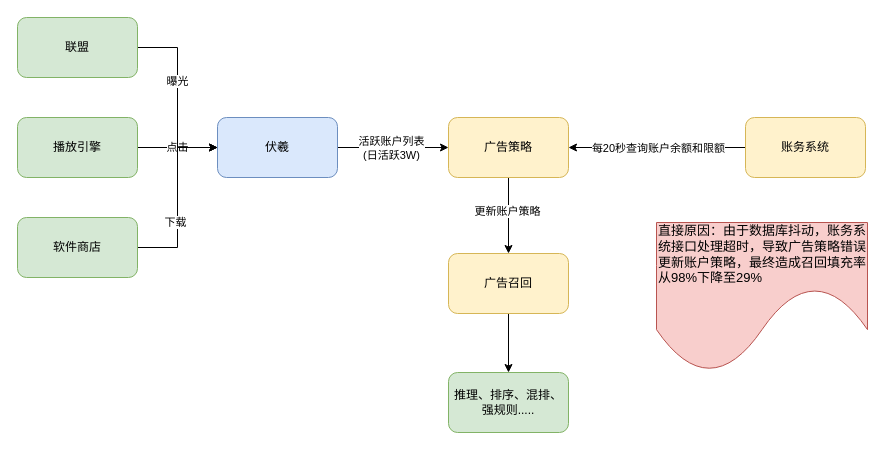
This is 账务系统.drawio from qiangyin/zipkin-server, a draw.io file, before an edit. Source tidied: cells renumbered, new cells numbered last; positions are measured from the earlier drawing's top-left corner, leaving out a move shared by most shapes. Both pictures are drawn from the tidied source at 100%, with x=0, y=0 at pixel (17, 17).
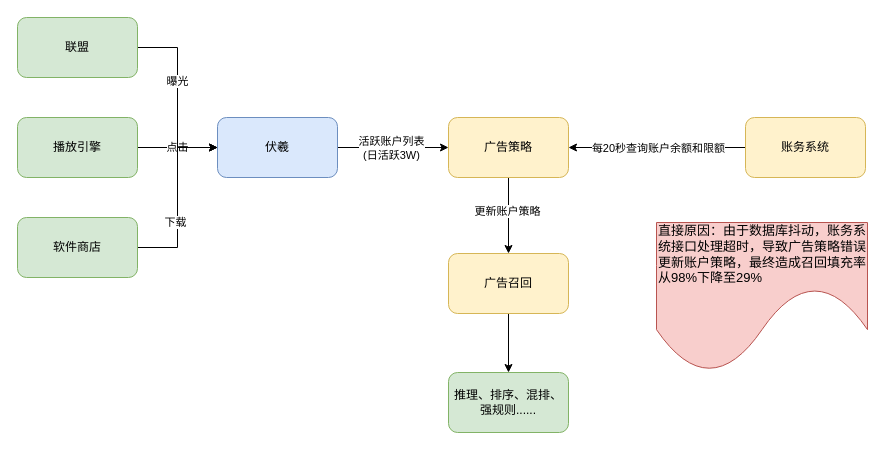
Above is the later version.

Commit message:
更新账务系统.drawio

Change to the diagram source:
```diff
@@
-    <mxCell id="21" value="推理、排序、混排、强规则....." style="whiteSpace=wrap;html=1;rounded=1;fillColor=#d5e8d4;strokeColor=#82b366;" parent="1" vertex="1">
+    <mxCell id="21" value="推理、排序、混排、强规则......" style="whiteSpace=wrap;html=1;rounded=1;fillColor=#d5e8d4;strokeColor=#82b366;" parent="1" vertex="1">
       <mxGeometry x="431" y="355" width="120" height="60" as="geometry" />
     </mxCell>
```
